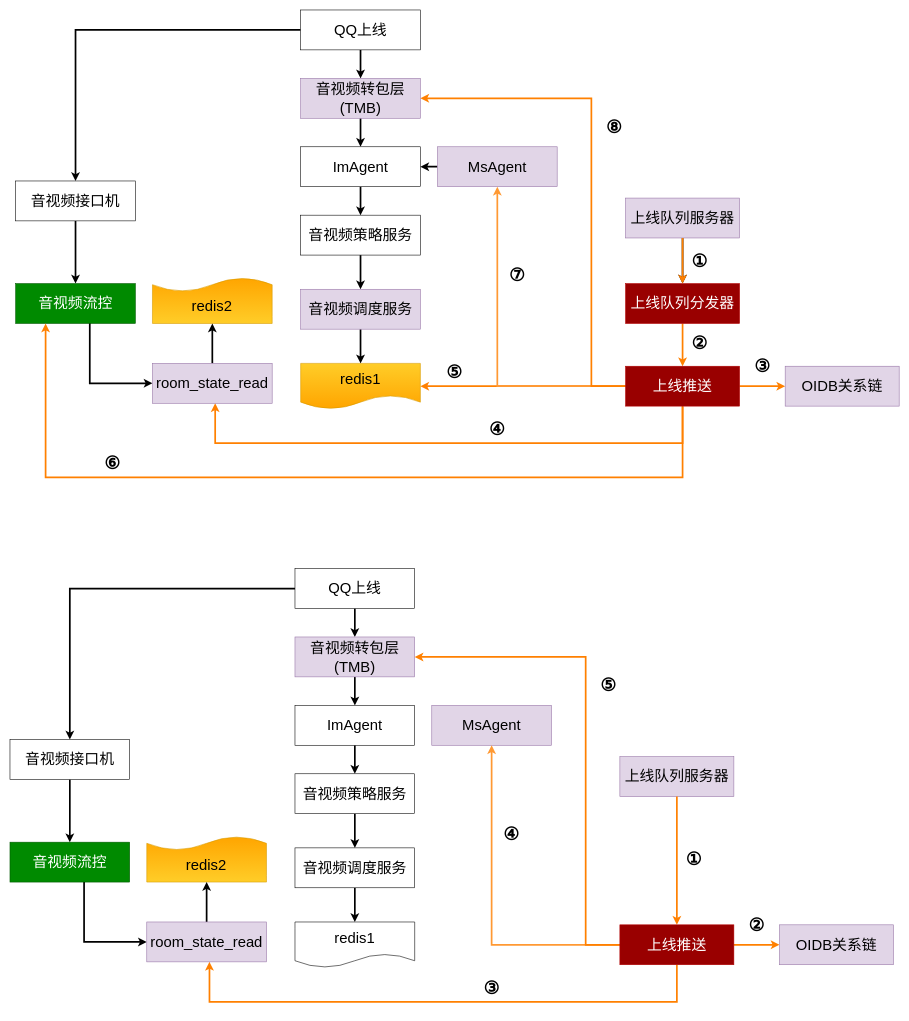
This is 多人上线推送总结.drawio from BBQldf/drawIO, a draw.io file, before an edit. Source tidied: cells renumbered, new cells numbered last; positions are measured from the earlier drawing's top-left corner, leaving out a move shared by most shapes. Both pictures are drawn from the tidied source at 57%, with x=0, y=0 at pixel (10, 10).
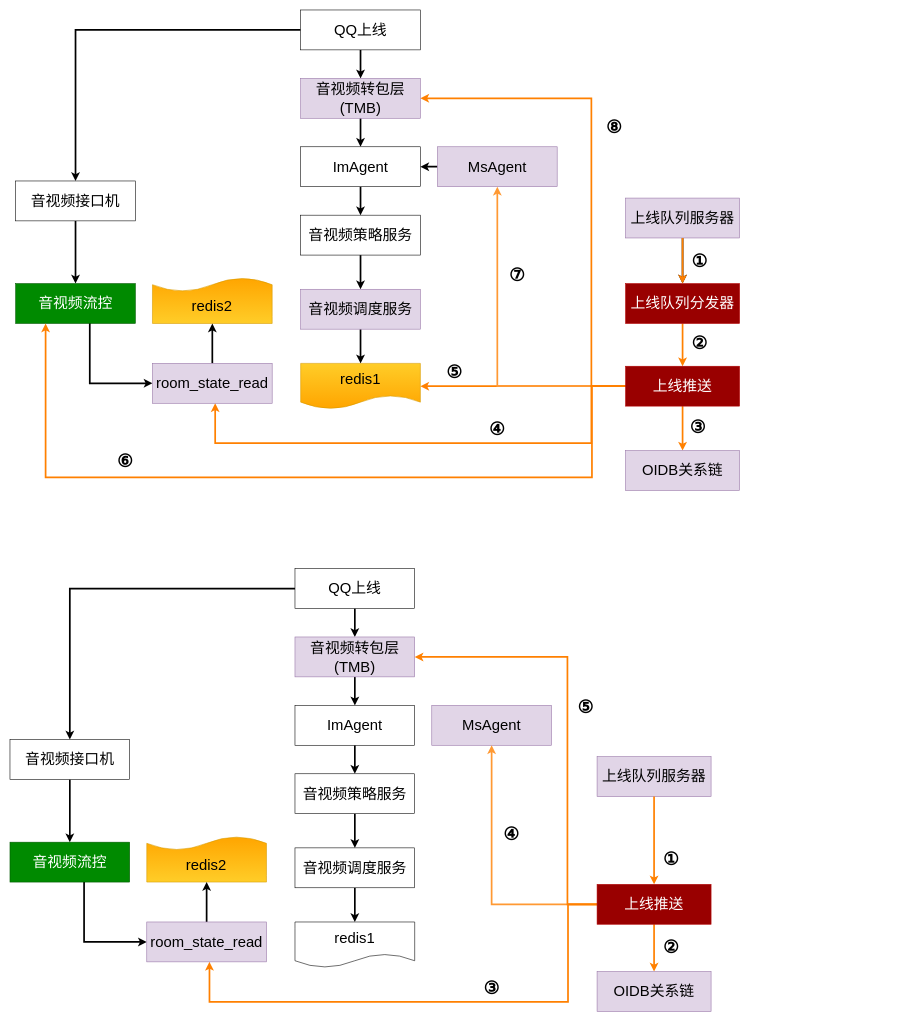
The same diagram, later.

Commit message:
更新多人上线推送总结.drawio

Unchanged cells that the change refers to:
```xml
<mxCell id="19" value="音视频流控" style="rounded=0;whiteSpace=wrap;html=1;fontSize=26;fillColor=#008a00;fontColor=#ffffff;strokeColor=#005700;" parent="1" vertex="1">
  <mxGeometry x="10" y="480" width="210" height="70" as="geometry" />
</mxCell>
<mxCell id="30" value="上线推送" style="rounded=0;whiteSpace=wrap;html=1;fontSize=26;fillColor=#990000;fontColor=#ffffff;strokeColor=#B20000;" parent="1" vertex="1">
  <mxGeometry x="1080" y="625" width="200" height="70" as="geometry" />
</mxCell>
<mxCell id="36" value="room_state_read" style="rounded=0;whiteSpace=wrap;html=1;fontSize=26;fillColor=#e1d5e7;strokeColor=#9673a6;" parent="1" vertex="1">
  <mxGeometry x="250" y="620" width="210" height="70" as="geometry" />
</mxCell>
<mxCell id="50" value="&lt;font style=&quot;font-size: 26px;&quot;&gt;音视频转包层(TMB)&lt;/font&gt;" style="rounded=0;whiteSpace=wrap;html=1;fontSize=28;fillColor=#e1d5e7;strokeColor=#9673a6;" parent="1" vertex="1">
  <mxGeometry x="500" y="1100" width="210" height="70" as="geometry" />
</mxCell>
<mxCell id="75" value="room_state_read" style="rounded=0;whiteSpace=wrap;html=1;fontSize=26;fillColor=#e1d5e7;strokeColor=#9673a6;" parent="1" vertex="1">
  <mxGeometry x="240" y="1600" width="210" height="70" as="geometry" />
</mxCell>
```

The edit, as a diff of the source:
```diff
@@
-    <mxCell id="25" style="edgeStyle=orthogonalEdgeStyle;rounded=0;jettySize=auto;html=1;entryX=0;entryY=0.5;entryDx=0;entryDy=0;fontSize=26;strokeWidth=3;strokeColor=#FF8000;" parent="1" edge="1" source="30" target="31">
+    <mxCell id="25" style="edgeStyle=orthogonalEdgeStyle;rounded=0;jettySize=auto;html=1;fontSize=26;strokeWidth=3;strokeColor=#FF8000;" parent="1" edge="1" source="30" target="31">
       <mxGeometry relative="1" as="geometry" />
     </mxCell>
@@
     <mxCell id="28" style="edgeStyle=orthogonalEdgeStyle;rounded=0;jettySize=auto;html=1;fontSize=26;strokeWidth=3;strokeColor=#FF8000;" parent="1" edge="1" source="30" target="36">
       <mxGeometry relative="1" as="geometry">
         <Array as="points">
-          <mxPoint x="1180" y="760" />
+          <mxPoint x="1020" y="660" />
+          <mxPoint x="1020" y="760" />
           <mxPoint x="360" y="760" />
         </Array>
       </mxGeometry>
     </mxCell>
-    <mxCell id="29" style="edgeStyle=orthogonalEdgeStyle;rounded=0;jettySize=auto;html=1;entryX=0.25;entryY=1;entryDx=0;entryDy=0;fontSize=26;strokeWidth=3;strokeColor=#FF8000;" parent="1" edge="1" source="30" target="19">
+    <mxCell id="29" style="edgeStyle=orthogonalEdgeStyle;rounded=0;jettySize=auto;html=1;entryX=0.25;entryY=1;entryDx=0;entryDy=0;fontSize=26;strokeWidth=3;strokeColor=#FF8000;startArrow=none;" parent="1" edge="1" target="19">
       <mxGeometry relative="1" as="geometry">
+        <mxPoint x="1079" y="660" as="sourcePoint" />
         <Array as="points">
-          <mxPoint x="1180" y="820" />
+          <mxPoint x="1021" y="660" />
+          <mxPoint x="1021" y="820" />
           <mxPoint x="63" y="820" />
         </Array>
       </mxGeometry>
     </mxCell>
@@
-    <mxCell id="31" value="OIDB关系链" style="rounded=0;whiteSpace=wrap;html=1;fontSize=26;fillColor=#e1d5e7;strokeColor=#9673a6;" parent="1" vertex="1">
-      <mxGeometry x="1360" y="625" width="200" height="70" as="geometry" />
-    </mxCell>
@@
     <mxCell id="39" value="&lt;b&gt;&lt;font style=&quot;font-size: 31px;&quot;&gt;③&lt;/font&gt;&lt;/b&gt;" style="text;html=1;strokeColor=none;fillColor=none;align=center;verticalAlign=middle;whiteSpace=wrap;rounded=0;fontSize=26;" parent="1" vertex="1">
-      <mxGeometry x="1290" y="600" width="60" height="50" as="geometry" />
+      <mxGeometry x="1177" y="706" width="60" height="50" as="geometry" />
     </mxCell>
@@
     <mxCell id="42" value="&lt;b&gt;&lt;font style=&quot;font-size: 31px;&quot;&gt;⑥&lt;/font&gt;&lt;/b&gt;" style="text;html=1;strokeColor=none;fillColor=none;align=center;verticalAlign=middle;whiteSpace=wrap;rounded=0;fontSize=26;" parent="1" vertex="1">
-      <mxGeometry x="150" y="770" width="60" height="50" as="geometry" />
+      <mxGeometry x="172" y="766" width="60" height="50" as="geometry" />
     </mxCell>
@@
     <mxCell id="63" value="上线队列服务器" style="rounded=0;whiteSpace=wrap;html=1;fontSize=26;fillColor=#e1d5e7;strokeColor=#9673a6;" parent="1" vertex="1">
-      <mxGeometry x="1070" y="1310" width="200" height="70" as="geometry" />
+      <mxGeometry x="1030" y="1310" width="200" height="70" as="geometry" />
     </mxCell>
@@
-    <mxCell id="65" style="edgeStyle=orthogonalEdgeStyle;rounded=0;jettySize=auto;html=1;entryX=0;entryY=0.5;entryDx=0;entryDy=0;fontSize=26;strokeWidth=3;strokeColor=#FF8000;" parent="1" edge="1" source="69" target="70">
+    <mxCell id="65" style="edgeStyle=orthogonalEdgeStyle;rounded=0;jettySize=auto;html=1;fontSize=26;strokeWidth=3;strokeColor=#FF8000;" parent="1" edge="1" source="69" target="70">
       <mxGeometry relative="1" as="geometry" />
     </mxCell>
@@
     <mxCell id="67" style="edgeStyle=orthogonalEdgeStyle;rounded=0;jettySize=auto;html=1;entryX=1;entryY=0.5;entryDx=0;entryDy=0;fontSize=26;strokeWidth=3;strokeColor=#FF8000;" parent="1" edge="1" source="69" target="50">
       <mxGeometry relative="1" as="geometry">
         <Array as="points">
-          <mxPoint x="1010" y="1640" />
-          <mxPoint x="1010" y="1135" />
+          <mxPoint x="978" y="1569" />
+          <mxPoint x="978" y="1135" />
         </Array>
       </mxGeometry>
     </mxCell>
     <mxCell id="68" style="edgeStyle=orthogonalEdgeStyle;rounded=0;jettySize=auto;html=1;fontSize=26;strokeWidth=3;strokeColor=#FF8000;" parent="1" edge="1" source="69" target="75">
       <mxGeometry relative="1" as="geometry">
         <Array as="points">
-          <mxPoint x="1170" y="1740" />
+          <mxPoint x="979" y="1569" />
+          <mxPoint x="979" y="1740" />
           <mxPoint x="350" y="1740" />
         </Array>
       </mxGeometry>
     </mxCell>
     <mxCell id="69" value="上线推送" style="rounded=0;whiteSpace=wrap;html=1;fontSize=26;fillColor=#990000;fontColor=#ffffff;strokeColor=#B20000;" parent="1" vertex="1">
-      <mxGeometry x="1070" y="1605" width="200" height="70" as="geometry" />
+      <mxGeometry x="1030" y="1534" width="200" height="70" as="geometry" />
     </mxCell>
     <mxCell id="70" value="OIDB关系链" style="rounded=0;whiteSpace=wrap;html=1;fontSize=26;fillColor=#e1d5e7;strokeColor=#9673a6;" parent="1" vertex="1">
-      <mxGeometry x="1350" y="1605" width="200" height="70" as="geometry" />
+      <mxGeometry x="1030" y="1687" width="200" height="70" as="geometry" />
     </mxCell>
@@
     <mxCell id="76" value="&lt;b&gt;&lt;font style=&quot;font-size: 31px;&quot;&gt;②&lt;/font&gt;&lt;/b&gt;" style="text;html=1;strokeColor=none;fillColor=none;align=center;verticalAlign=middle;whiteSpace=wrap;rounded=0;fontSize=26;" parent="1" vertex="1">
-      <mxGeometry x="1280" y="1580" width="60" height="50" as="geometry" />
+      <mxGeometry x="1130" y="1619" width="60" height="50" as="geometry" />
     </mxCell>
@@
     <mxCell id="79" value="&lt;b&gt;&lt;font style=&quot;font-size: 31px;&quot;&gt;⑤&lt;/font&gt;&lt;/b&gt;" style="text;html=1;strokeColor=none;fillColor=none;align=center;verticalAlign=middle;whiteSpace=wrap;rounded=0;fontSize=26;" parent="1" vertex="1">
-      <mxGeometry x="1020" y="1160" width="60" height="50" as="geometry" />
+      <mxGeometry x="980" y="1197" width="60" height="50" as="geometry" />
     </mxCell>
     <mxCell id="80" value="&lt;b&gt;&lt;font style=&quot;font-size: 31px;&quot;&gt;①&lt;/font&gt;&lt;/b&gt;" style="text;html=1;strokeColor=none;fillColor=none;align=center;verticalAlign=middle;whiteSpace=wrap;rounded=0;fontSize=26;" parent="1" vertex="1">
-      <mxGeometry x="1170" y="1465" width="60" height="50" as="geometry" />
+      <mxGeometry x="1130" y="1465" width="60" height="50" as="geometry" />
     </mxCell>
+    <mxCell id="31" value="OIDB关系链" style="rounded=0;whiteSpace=wrap;html=1;fontSize=26;fillColor=#e1d5e7;strokeColor=#9673a6;" parent="1" vertex="1">
+      <mxGeometry x="1080" y="773" width="200" height="70" as="geometry" />
+    </mxCell>
```
